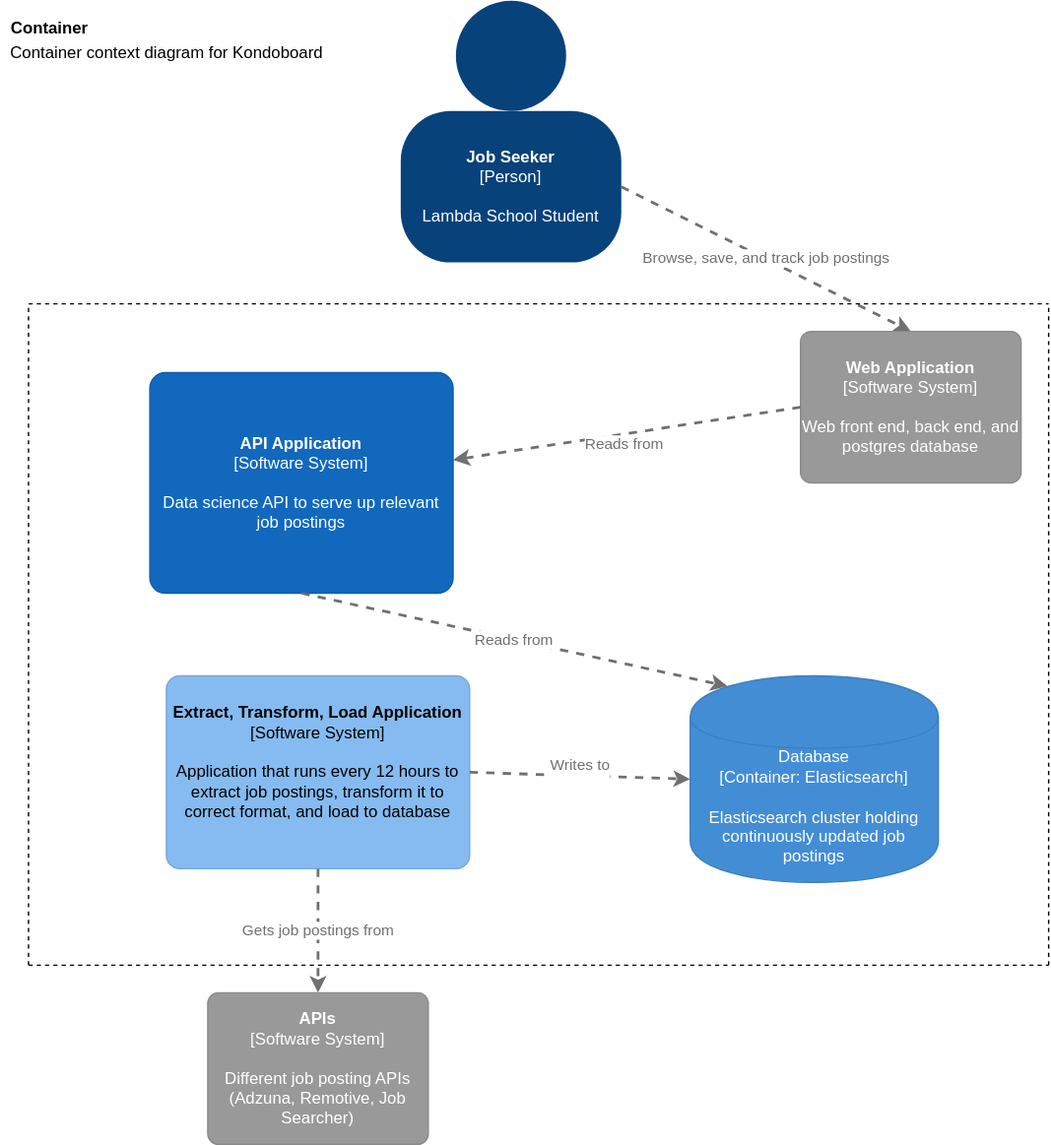
Before: diagrams/kondo_container.svg, a diagram exported from draw.io (BloomTech-Labs/kondoboard-cron). Source tidied: cells renumbered, new cells last; positions are measured from the earlier drawing's top-left corner, leaving out a move shared by most shapes. Its diagram source:
```xml
<mxGraphModel>
  <root>
    <mxCell id="0" />
    <mxCell id="1" parent="0" />
    <mxCell id="2" style="group;rounded=0;labelBackgroundColor=none;fillColor=none;fontColor=#ffffff;align=center;html=1;" parent="1" vertex="1">
      <mxGeometry x="290" y="10" width="160" height="180" as="geometry" />
    </mxCell>
    <object id="3" label="&lt;b&gt;Job Seeker&lt;br&gt;&lt;/b&gt;&lt;div&gt;[Person]&lt;/div&gt;&lt;div&gt;&lt;br&gt;&lt;/div&gt;&lt;div&gt;Lambda School Student&lt;br&gt;&lt;/div&gt;" c4Description="Description" c4Name="name" c4Type="body" placeholders="1">
      <mxCell style="rounded=1;whiteSpace=wrap;html=1;labelBackgroundColor=none;fillColor=#08427b;fontColor=#ffffff;align=center;arcSize=33;strokeColor=3c7fc0;" parent="2" vertex="1">
        <mxGeometry y="70" width="160" height="110" as="geometry" />
      </mxCell>
    </object>
    <mxCell id="4" style="ellipse;whiteSpace=wrap;html=1;rounded=0;labelBackgroundColor=none;fillColor=#08427b;fontSize=12;fontColor=#ffffff;align=center;strokeColor=3c7fc0;" parent="2" vertex="1">
      <mxGeometry x="40" y="-10" width="80" height="80" as="geometry" />
    </mxCell>
    <mxCell id="5" value="&lt;div&gt;Browse, save, and track job postings&lt;/div&gt;" style="edgeStyle=none;rounded=0;html=1;entryX=0.5;entryY=0;jettySize=auto;strokeColor=#707070;strokeWidth=2;fontColor=#707070;jumpStyle=none;dashed=1;exitX=1;exitY=0.5;exitDx=0;exitDy=0;entryDx=0;entryDy=0;" parent="1" edge="1" source="3" target="6">
      <mxGeometry relative="1" as="geometry" />
    </mxCell>
    <object id="6" label="&lt;b&gt;Web Application&lt;br&gt;&lt;/b&gt;&lt;div&gt;[Software System]&lt;/div&gt;&lt;div&gt;&lt;br&gt;&lt;/div&gt;&lt;div&gt;Web front end, back end, and postgres database&lt;br&gt;&lt;/div&gt;" c4Description="Description" c4Name="name" c4Type="SoftwareSystemDependency" placeholders="1">
      <mxCell style="rounded=1;whiteSpace=wrap;html=1;labelBackgroundColor=none;fillColor=#999999;fontColor=#ffffff;align=center;arcSize=7;strokeColor=#8a8a8a;" parent="1" vertex="1">
        <mxGeometry x="580" y="240" width="160" height="110" as="geometry" />
      </mxCell>
    </object>
    <mxCell id="7" value="&lt;div&gt;Reads from&lt;/div&gt;" style="edgeStyle=none;rounded=0;html=1;jettySize=auto;strokeColor=#707070;strokeWidth=2;fontColor=#707070;jumpStyle=none;dashed=1;exitX=0;exitY=0.5;exitDx=0;exitDy=0;" parent="1" edge="1" source="6" target="8">
      <mxGeometry x="0.03" y="7" relative="1" as="geometry" />
    </mxCell>
    <object id="8" label="&lt;b&gt;API Application&lt;br&gt;&lt;/b&gt;&lt;div&gt;[Software System]&lt;/div&gt;&lt;div&gt;&lt;br&gt;&lt;/div&gt;&lt;div&gt;Data science API to serve up relevant job postings&lt;br&gt;&lt;/div&gt;" c4Description="Description" c4Name="name" c4Type="SoftwareSystem" placeholders="1">
      <mxCell style="rounded=1;whiteSpace=wrap;html=1;labelBackgroundColor=none;fillColor=#1168bd;fontColor=#ffffff;align=center;arcSize=7;strokeColor=#0f5eaa;" parent="1" vertex="1">
        <mxGeometry x="108" y="270" width="220" height="160" as="geometry" />
      </mxCell>
    </object>
    <object id="9" label="&lt;span&gt;Database&lt;/span&gt;&lt;div&gt;[Container: Elasticsearch]&lt;/div&gt;&lt;div&gt;&lt;br&gt;&lt;/div&gt;Elasticsearch cluster holding continuously updated job postings" c4Description="Description" c4Technology="technology" c4Type="Database" placeholders="1">
      <mxCell style="shape=cylinder;whiteSpace=wrap;html=1;boundedLbl=1;rounded=0;labelBackgroundColor=none;fillColor=#438dd5;fontSize=12;fontColor=#ffffff;align=center;strokeColor=#3c7fc0;" parent="1" vertex="1">
        <mxGeometry x="500" y="490" width="180" height="150" as="geometry" />
      </mxCell>
    </object>
    <mxCell id="10" value="&lt;div style=&quot;text-align: left&quot;&gt;&lt;div style=&quot;text-align: center&quot;&gt;Reads from&lt;/div&gt;&lt;/div&gt;" style="edgeStyle=none;rounded=0;html=1;entryX=0.15;entryY=0.05;jettySize=auto;strokeColor=#707070;strokeWidth=2;fontColor=#707070;jumpStyle=none;dashed=1;entryDx=0;entryDy=0;entryPerimeter=0;exitX=0.5;exitY=1;exitDx=0;exitDy=0;" parent="1" edge="1" source="8" target="9">
      <mxGeometry relative="1" as="geometry" />
    </mxCell>
    <object id="11" label="&lt;div&gt;&lt;span&gt;&lt;b&gt;Extract, Transform, Load Application&lt;/b&gt;&lt;/span&gt;&lt;/div&gt;&lt;div&gt;&lt;span&gt;&lt;/span&gt;&lt;/div&gt;&lt;div&gt;[Software System]&lt;span&gt;&lt;/span&gt;&lt;span&gt;&lt;/span&gt;&lt;/div&gt;&lt;div&gt;&lt;br&gt;&lt;/div&gt;&lt;div&gt;Application that runs every 12 hours to extract job postings, transform it to correct format, and load to database&lt;br&gt;&lt;/div&gt;&lt;div&gt;&lt;br&gt;&lt;/div&gt;" c4Description="Description" c4Name="name" c4Technology="technology" c4Type="Component" placeholders="1">
      <mxCell style="rounded=1;whiteSpace=wrap;html=1;labelBackgroundColor=none;fillColor=#85bbf0;fontColor=#000000;align=center;arcSize=7;strokeColor=#78a8d8;" parent="1" vertex="1">
        <mxGeometry x="120" y="490" width="220" height="140" as="geometry" />
      </mxCell>
    </object>
    <mxCell id="12" value="&lt;div&gt;Writes to&lt;/div&gt;&lt;div&gt;&lt;br&gt;&lt;/div&gt;" style="edgeStyle=none;rounded=0;html=1;entryX=0;entryY=0.5;jettySize=auto;strokeColor=#707070;strokeWidth=2;fontColor=#707070;jumpStyle=none;dashed=1;entryDx=0;entryDy=0;exitX=1;exitY=0.5;exitDx=0;exitDy=0;" parent="1" edge="1" source="11" target="9">
      <mxGeometry relative="1" as="geometry" />
    </mxCell>
    <object id="13" label="&lt;b&gt;APIs&lt;/b&gt;&lt;div&gt;[Software System]&lt;/div&gt;&lt;div&gt;&lt;br&gt;&lt;/div&gt;&lt;div&gt;Different job posting APIs&lt;/div&gt;&lt;div&gt;(Adzuna, Remotive, Job Searcher)&lt;br&gt;&lt;/div&gt;" c4Description="Description" c4Name="name" c4Type="SoftwareSystemDependency" placeholders="1">
      <mxCell style="rounded=1;whiteSpace=wrap;html=1;labelBackgroundColor=none;fillColor=#999999;fontColor=#ffffff;align=center;arcSize=7;strokeColor=#8a8a8a;" parent="1" vertex="1">
        <mxGeometry x="150" y="720" width="160" height="110" as="geometry" />
      </mxCell>
    </object>
    <mxCell id="14" value="&lt;div style=&quot;text-align: left&quot;&gt;&lt;div style=&quot;text-align: center&quot;&gt;Gets job postings from&lt;br&gt;&lt;/div&gt;&lt;/div&gt;" style="edgeStyle=none;rounded=0;html=1;entryX=0.5;entryY=0;jettySize=auto;strokeColor=#707070;strokeWidth=2;fontColor=#707070;jumpStyle=none;dashed=1;exitX=0.5;exitY=1;exitDx=0;exitDy=0;entryDx=0;entryDy=0;" parent="1" edge="1" source="11" target="13">
      <mxGeometry relative="1" as="geometry" />
    </mxCell>
    <mxCell id="15" style="endArrow=none;dashed=1;html=1;" parent="1" edge="1">
      <mxGeometry relative="1" as="geometry">
        <mxPoint x="20" y="220" as="sourcePoint" />
        <mxPoint x="760" y="220" as="targetPoint" />
      </mxGeometry>
    </mxCell>
    <mxCell id="16" style="endArrow=none;dashed=1;html=1;" parent="1" edge="1">
      <mxGeometry relative="1" as="geometry">
        <mxPoint x="760" y="700" as="sourcePoint" />
        <mxPoint x="760" y="220" as="targetPoint" />
      </mxGeometry>
    </mxCell>
    <mxCell id="17" style="endArrow=none;dashed=1;html=1;" parent="1" edge="1">
      <mxGeometry relative="1" as="geometry">
        <mxPoint x="20" y="700" as="sourcePoint" />
        <mxPoint x="20" y="220" as="targetPoint" />
      </mxGeometry>
    </mxCell>
    <mxCell id="18" style="endArrow=none;dashed=1;html=1;" parent="1" edge="1">
      <mxGeometry relative="1" as="geometry">
        <mxPoint x="20" y="700" as="sourcePoint" />
        <mxPoint x="760" y="700" as="targetPoint" />
      </mxGeometry>
    </mxCell>
    <mxCell id="19" value="&lt;div&gt;Container context diagram for Kondoboard&lt;/div&gt;&lt;div&gt;&lt;br&gt;&lt;/div&gt;" style="text;html=1;align=center;verticalAlign=middle;" parent="1" vertex="1">
      <mxGeometry y="30" width="240" height="30" as="geometry" />
    </mxCell>
    <mxCell id="20" value="&lt;b&gt;Container&lt;/b&gt;" style="text;html=1;align=center;verticalAlign=middle;" parent="1" vertex="1">
      <mxGeometry y="10" width="70" height="20" as="geometry" />
    </mxCell>
  </root>
</mxGraphModel>
```
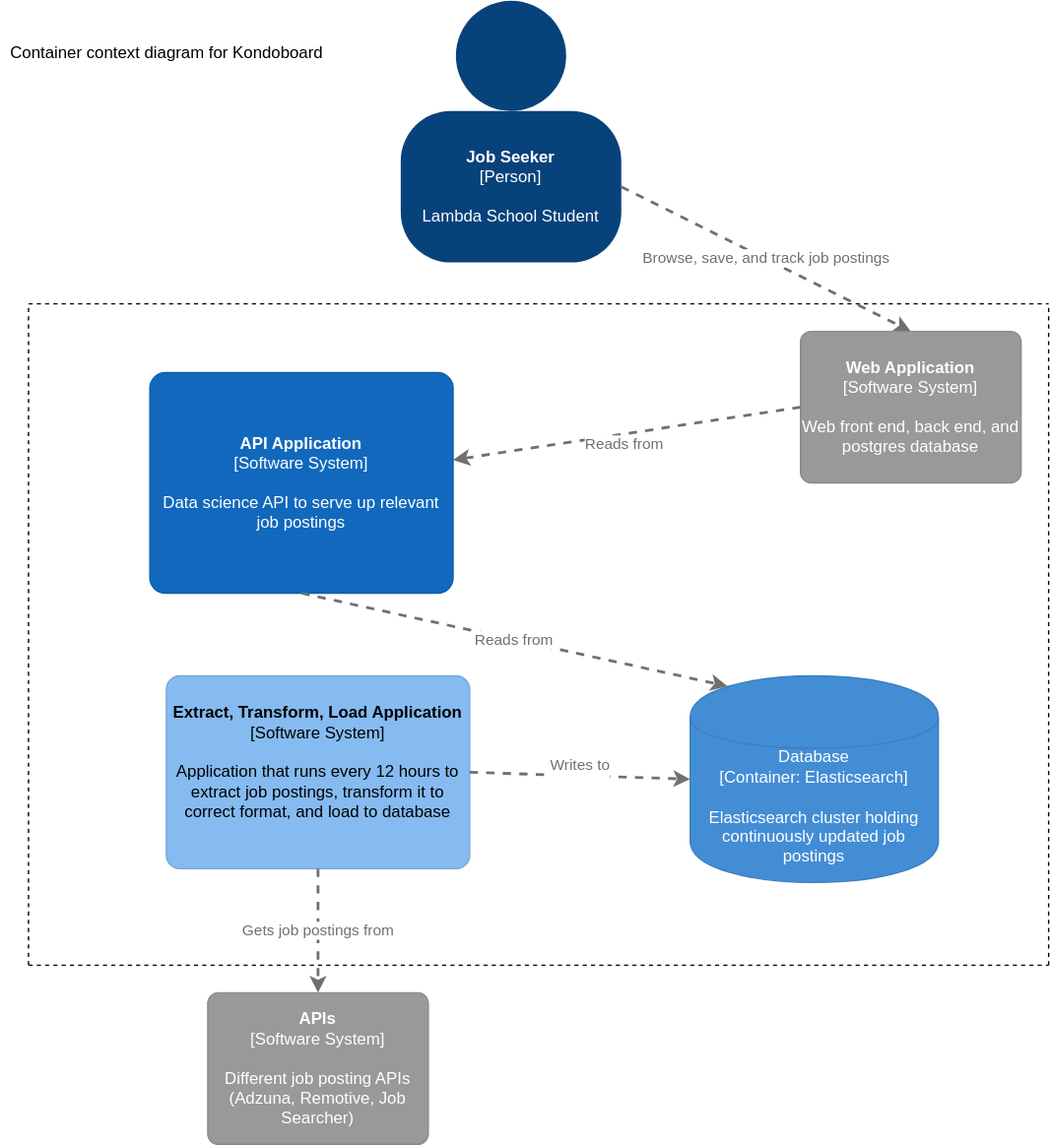
After the change.

Commit message:
Removes ugly extra word from diagram

Change to the diagram source:
```diff
@@ -80,8 +80,5 @@
     <mxCell id="19" value="&lt;div&gt;Container context diagram for Kondoboard&lt;/div&gt;&lt;div&gt;&lt;br&gt;&lt;/div&gt;" style="text;html=1;align=center;verticalAlign=middle;" parent="1" vertex="1">
       <mxGeometry y="30" width="240" height="30" as="geometry" />
     </mxCell>
-    <mxCell id="20" value="&lt;b&gt;Container&lt;/b&gt;" style="text;html=1;align=center;verticalAlign=middle;" parent="1" vertex="1">
-      <mxGeometry y="10" width="70" height="20" as="geometry" />
-    </mxCell>
   </root>
 </mxGraphModel>
```
